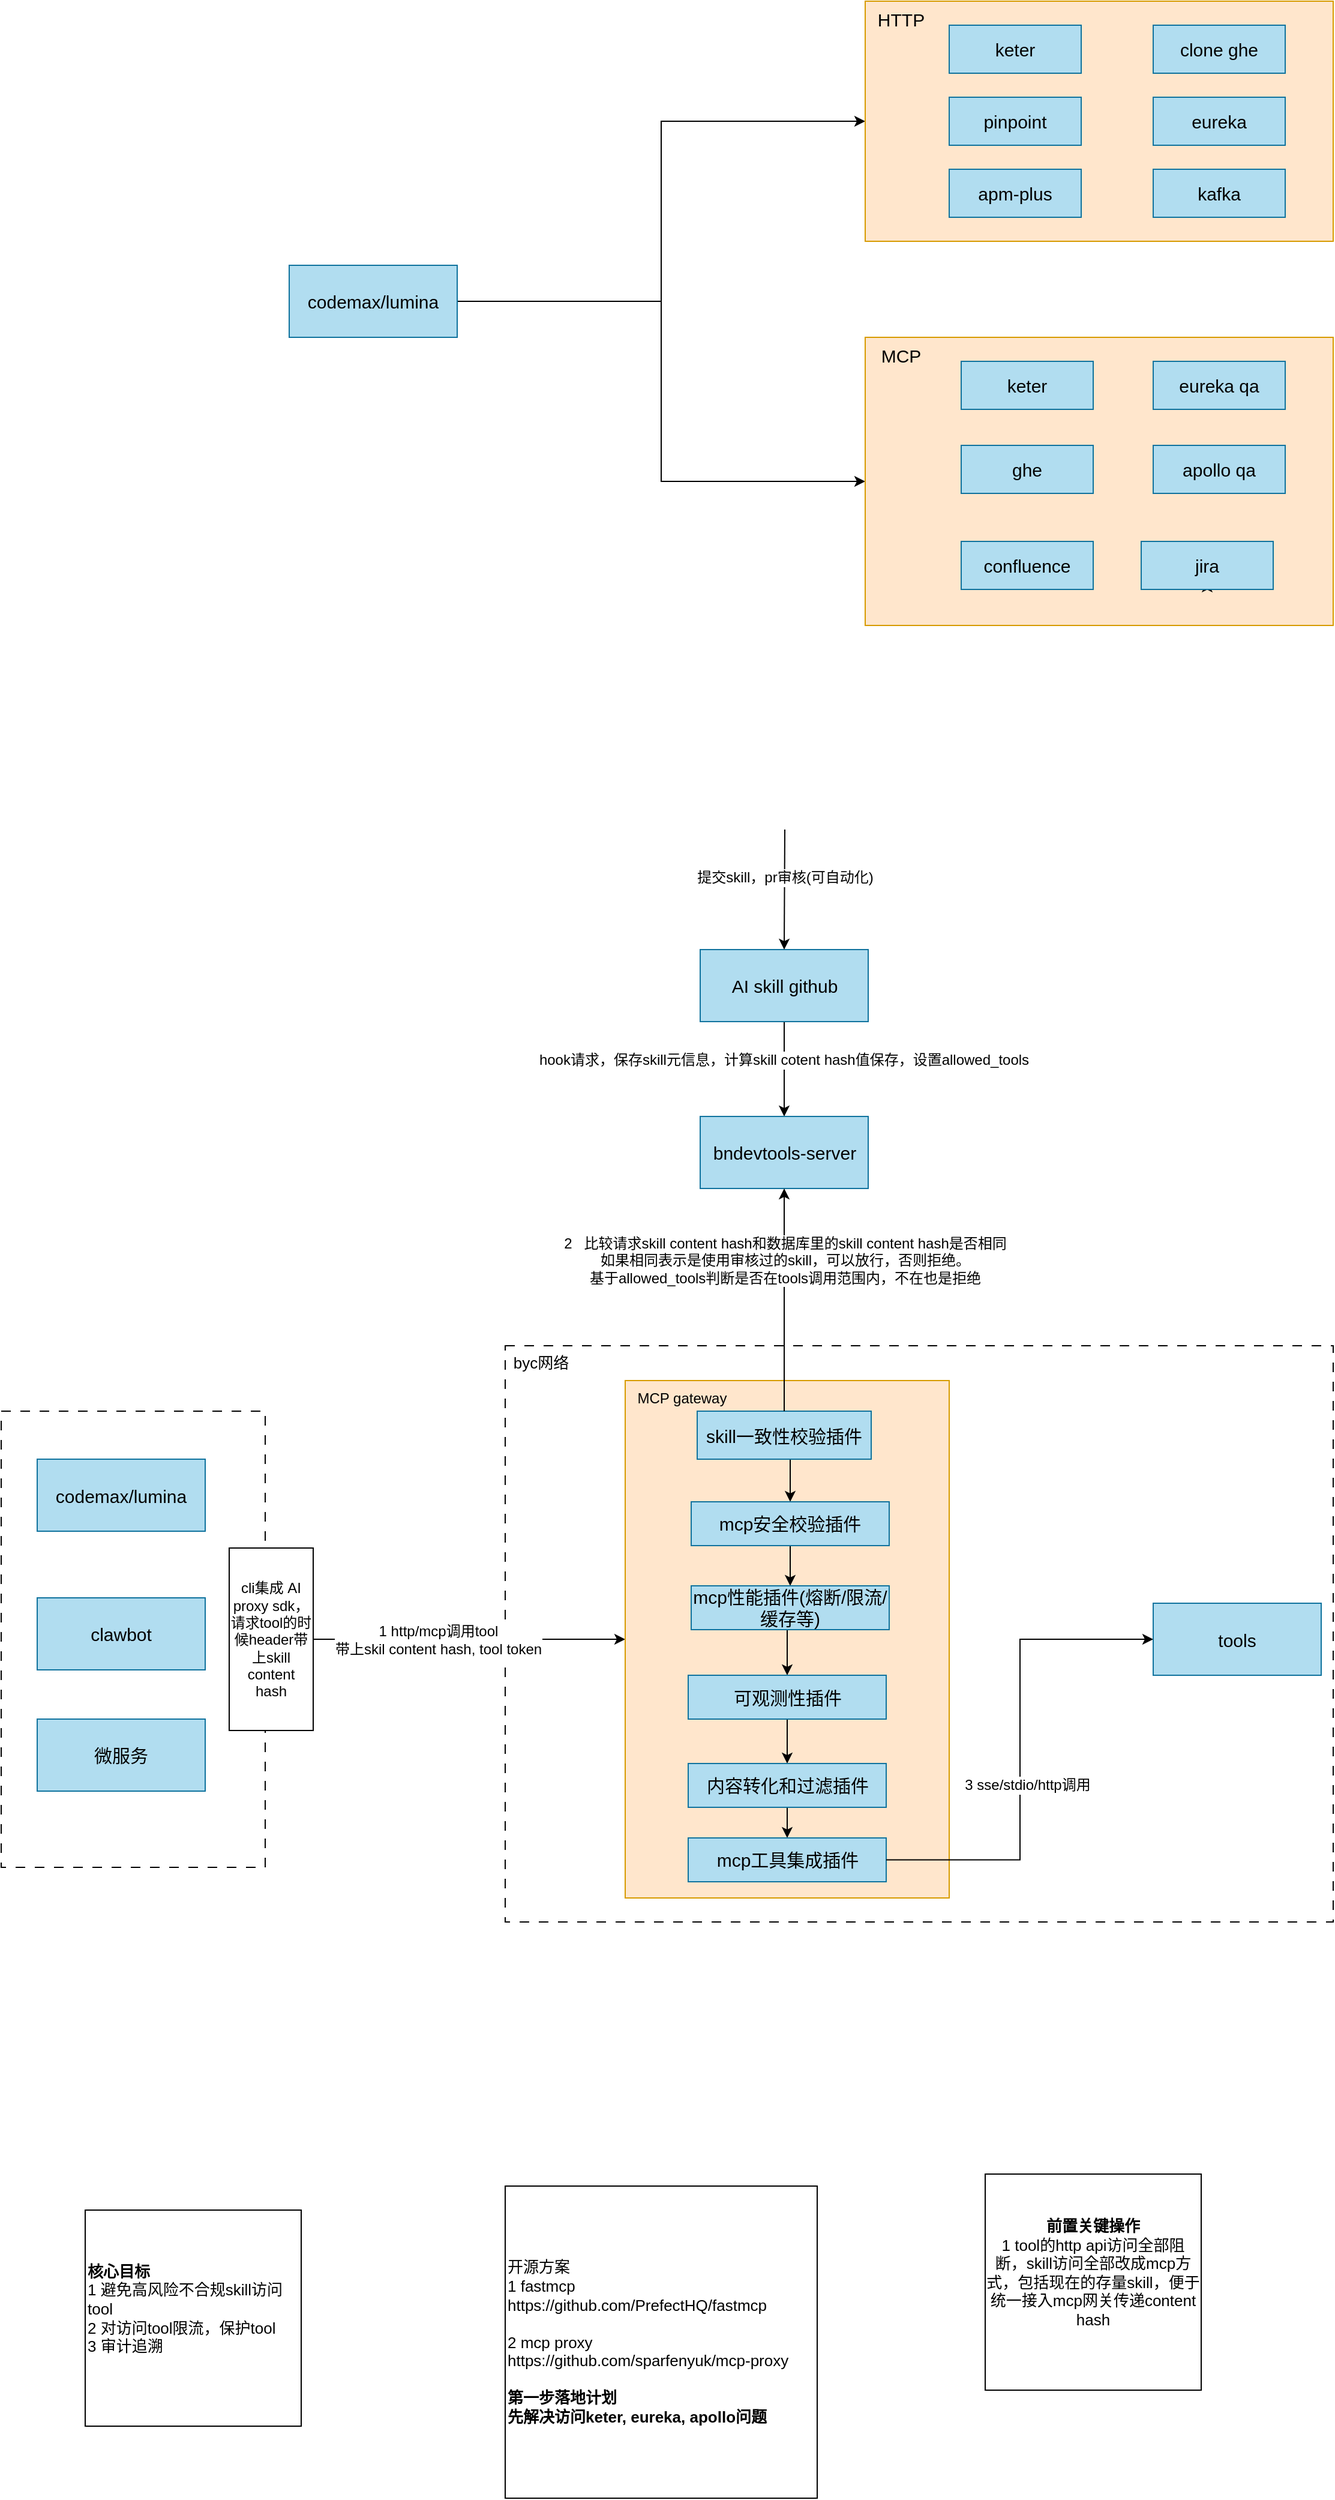
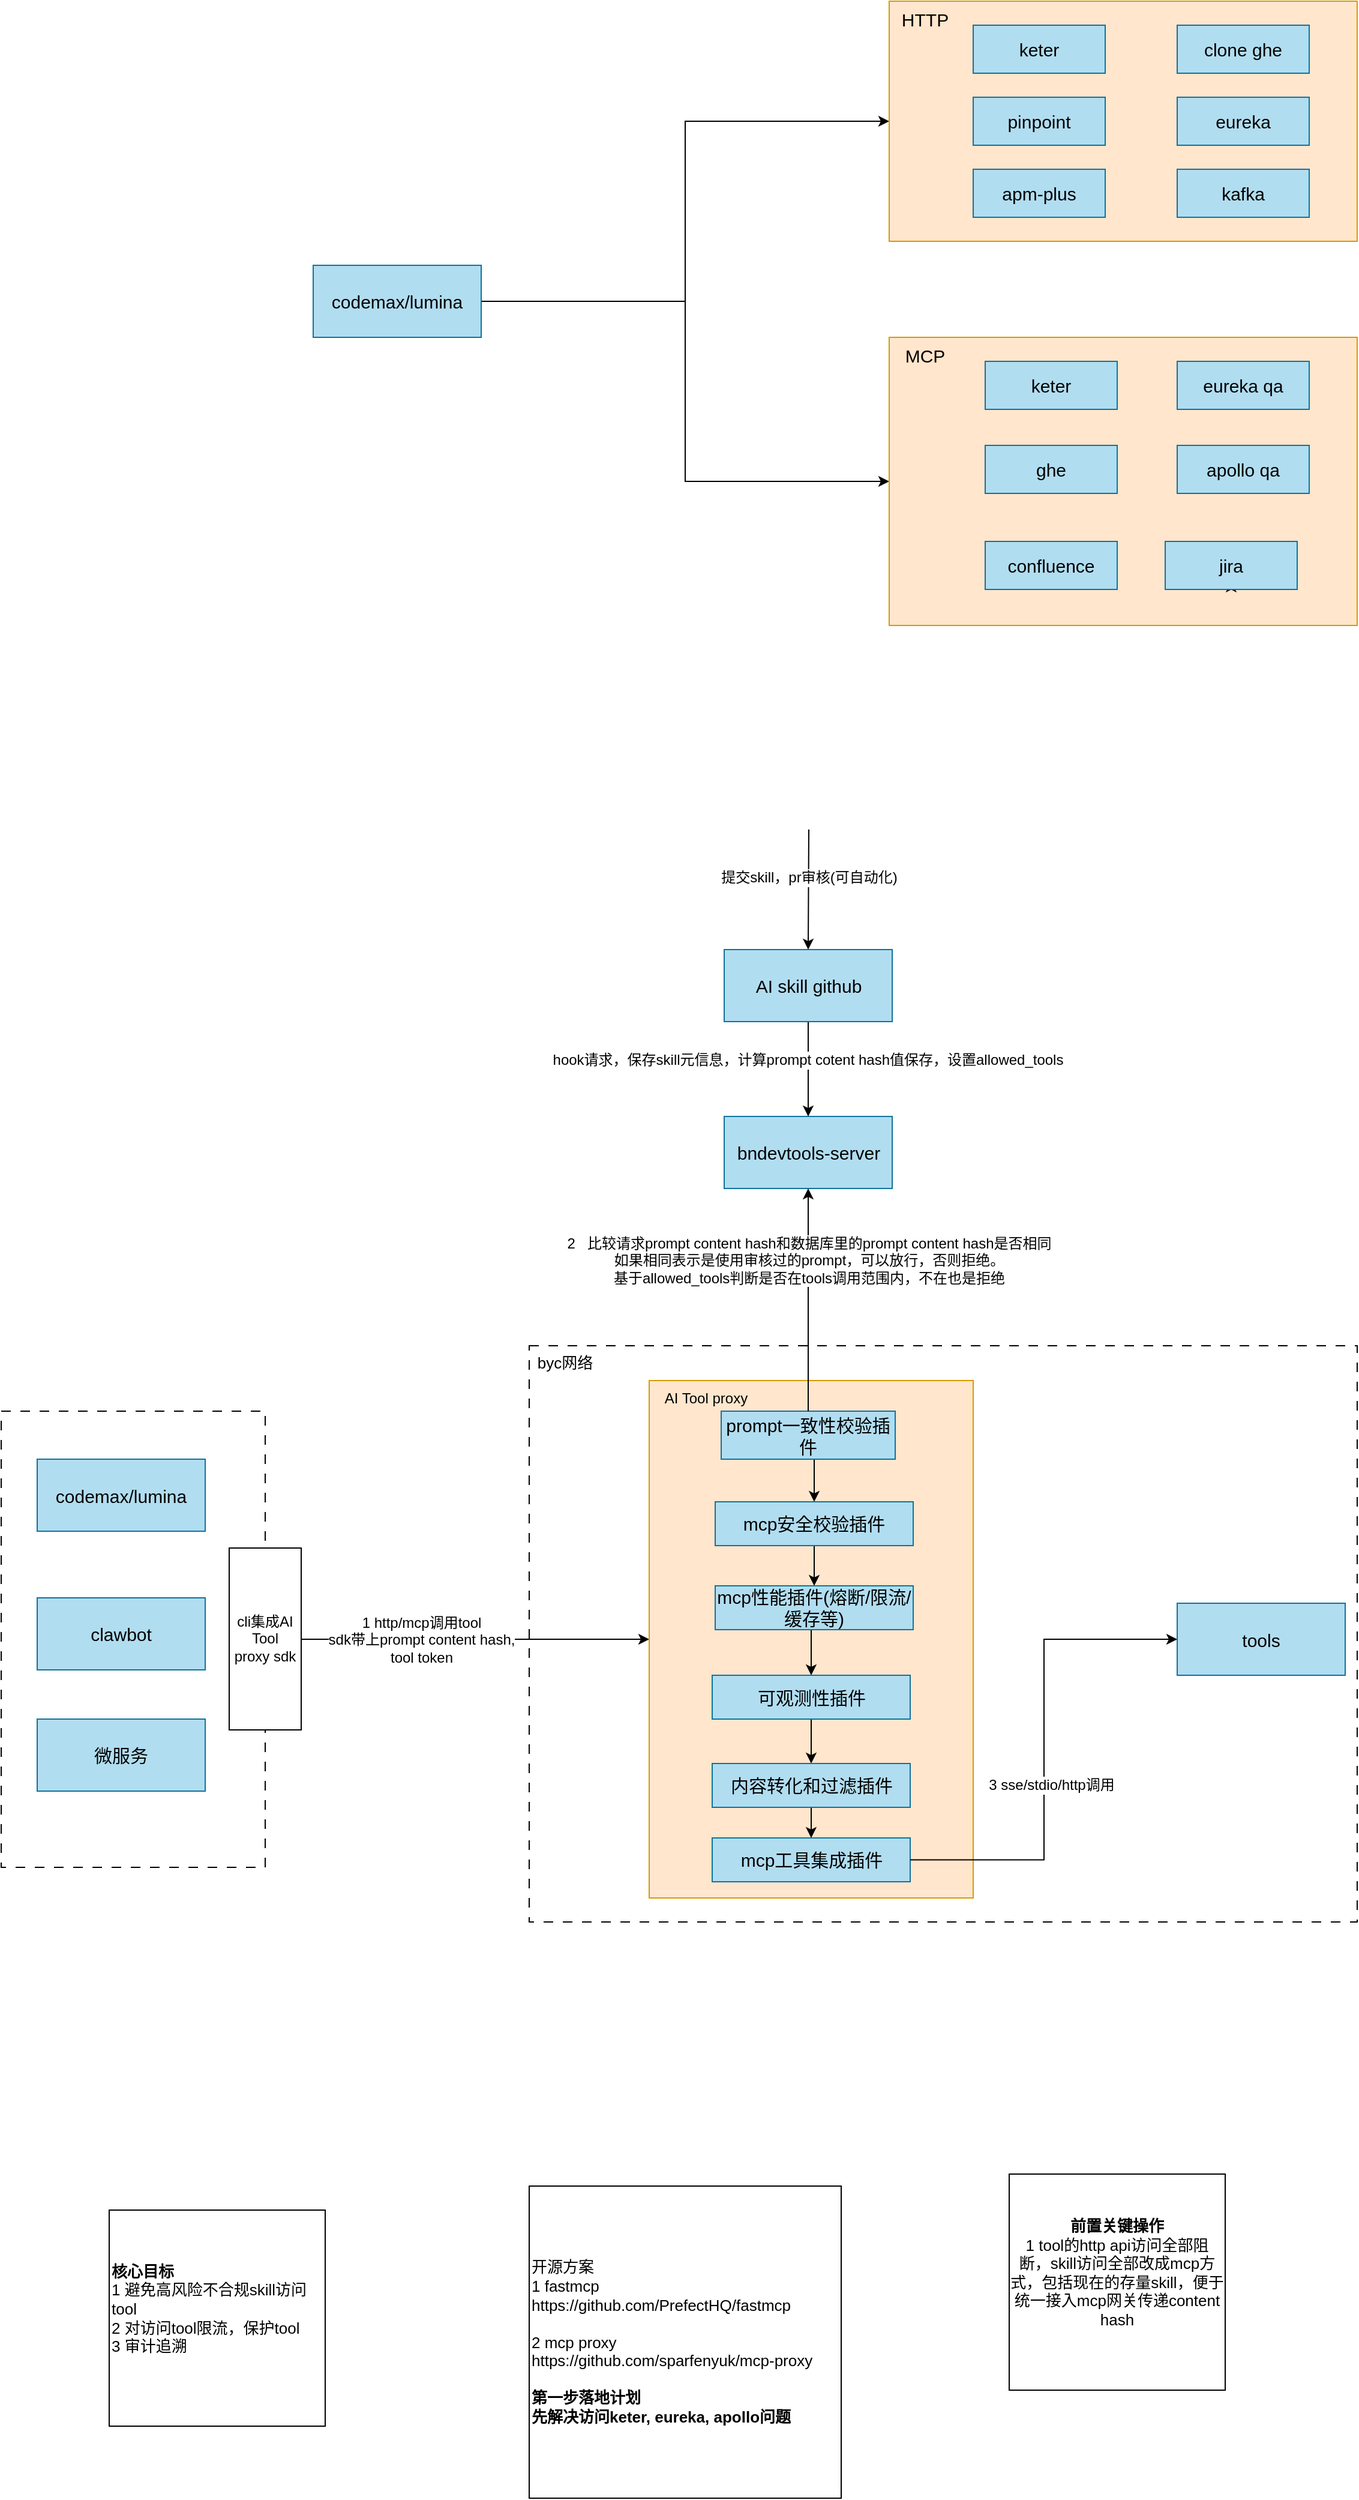
<mxfile host="app.diagrams.net">
  <diagram name="第 1 页" id="SjWv9siGEQ1Xg4HLWJG1">
    <mxGraphModel dx="1225" dy="764" grid="1" gridSize="10" guides="1" tooltips="1" connect="1" arrows="1" fold="1" page="1" pageScale="1" pageWidth="3300" pageHeight="2339" math="0" shadow="0">
      <root>
        <mxCell id="0" />
        <mxCell id="1" parent="0" />
        <mxCell id="9f-pUrffFf56pktWLO4p-52" parent="1" style="rounded=0;whiteSpace=wrap;html=1;dashed=1;dashPattern=8 8;" value="" vertex="1">
          <mxGeometry height="480" width="690" x="530" y="1170" as="geometry" />
        </mxCell>
        <mxCell id="9f-pUrffFf56pktWLO4p-34" edge="1" parent="1" source="9f-pUrffFf56pktWLO4p-31" style="edgeStyle=orthogonalEdgeStyle;rounded=0;orthogonalLoop=1;jettySize=auto;html=1;exitX=1;exitY=0.5;exitDx=0;exitDy=0;entryX=0;entryY=0.5;entryDx=0;entryDy=0;" target="9f-pUrffFf56pktWLO4p-25">
          <mxGeometry relative="1" as="geometry" />
        </mxCell>
-         <mxCell id="9f-pUrffFf56pktWLO4p-35" connectable="0" parent="9f-pUrffFf56pktWLO4p-34" style="edgeLabel;html=1;align=center;verticalAlign=middle;resizable=0;points=[];fontSize=12;" value="1 http/mcp调用tool&lt;div&gt;带上skil content hash, tool token&lt;/div&gt;" vertex="1">
+         <mxCell id="9f-pUrffFf56pktWLO4p-35" connectable="0" parent="9f-pUrffFf56pktWLO4p-34" style="edgeLabel;html=1;align=center;verticalAlign=middle;resizable=0;points=[];fontSize=12;" value="1 http/mcp调用tool&lt;div&gt;sdk带上prompt content hash,&lt;/div&gt;&lt;div&gt;tool token&lt;/div&gt;" vertex="1">
          <mxGeometry relative="1" x="-0.3304" y="2" as="geometry">
-             <mxPoint x="43" y="2" as="offset" />
+             <mxPoint x="23" y="2" as="offset" />
          </mxGeometry>
        </mxCell>
        <mxCell id="9f-pUrffFf56pktWLO4p-31" parent="1" style="rounded=0;whiteSpace=wrap;html=1;dashed=1;dashPattern=8 8;" value="" vertex="1">
-           <mxGeometry height="380" width="220" x="110" y="1224.5" as="geometry" />
+           <mxGeometry height="380" width="220" x="90" y="1224.5" as="geometry" />
        </mxCell>
        <mxCell id="9f-pUrffFf56pktWLO4p-46" edge="1" parent="1" source="9f-pUrffFf56pktWLO4p-2" style="edgeStyle=orthogonalEdgeStyle;rounded=0;orthogonalLoop=1;jettySize=auto;html=1;exitX=1;exitY=0.5;exitDx=0;exitDy=0;entryX=0;entryY=0.5;entryDx=0;entryDy=0;" target="9f-pUrffFf56pktWLO4p-4">
          <mxGeometry relative="1" as="geometry" />
        </mxCell>
        <mxCell id="9f-pUrffFf56pktWLO4p-47" edge="1" parent="1" source="9f-pUrffFf56pktWLO4p-2" style="edgeStyle=orthogonalEdgeStyle;rounded=0;orthogonalLoop=1;jettySize=auto;html=1;exitX=1;exitY=0.5;exitDx=0;exitDy=0;entryX=0;entryY=0.5;entryDx=0;entryDy=0;" target="9f-pUrffFf56pktWLO4p-7">
          <mxGeometry relative="1" as="geometry" />
        </mxCell>
        <mxCell id="9f-pUrffFf56pktWLO4p-2" parent="1" style="rounded=0;whiteSpace=wrap;html=1;fillColor=#b1ddf0;strokeColor=#10739e;fontSize=15;" value="codemax/lumina" vertex="1">
          <mxGeometry height="60" width="140" x="350" y="270" as="geometry" />
        </mxCell>
        <mxCell id="9f-pUrffFf56pktWLO4p-4" parent="1" style="rounded=0;whiteSpace=wrap;html=1;fillColor=#ffe6cc;strokeColor=#d79b00;fontSize=15;" value="" vertex="1">
          <mxGeometry height="200" width="390" x="830" y="50" as="geometry" />
        </mxCell>
        <mxCell id="9f-pUrffFf56pktWLO4p-6" parent="1" style="text;html=1;whiteSpace=wrap;strokeColor=none;fillColor=none;align=center;verticalAlign=middle;rounded=0;fontSize=15;" value="HTTP" vertex="1">
          <mxGeometry height="30" width="60" x="830" y="50" as="geometry" />
        </mxCell>
        <mxCell id="9f-pUrffFf56pktWLO4p-7" parent="1" style="rounded=0;whiteSpace=wrap;html=1;fillColor=#ffe6cc;strokeColor=#d79b00;fontSize=15;" value="" vertex="1">
          <mxGeometry height="240" width="390" x="830" y="330" as="geometry" />
        </mxCell>
        <mxCell id="9f-pUrffFf56pktWLO4p-8" edge="1" parent="1" source="9f-pUrffFf56pktWLO4p-9" style="edgeStyle=orthogonalEdgeStyle;rounded=0;orthogonalLoop=1;jettySize=auto;html=1;exitX=0.5;exitY=1;exitDx=0;exitDy=0;entryX=0.5;entryY=0.833;entryDx=0;entryDy=0;entryPerimeter=0;" target="9f-pUrffFf56pktWLO4p-9">
          <mxGeometry relative="1" as="geometry" />
        </mxCell>
        <mxCell id="9f-pUrffFf56pktWLO4p-9" parent="1" style="rounded=0;whiteSpace=wrap;html=1;fillColor=#b1ddf0;strokeColor=#10739e;fontSize=15;" value="jira" vertex="1">
          <mxGeometry height="40" width="110" x="1060" y="500" as="geometry" />
        </mxCell>
        <mxCell id="9f-pUrffFf56pktWLO4p-10" parent="1" style="text;html=1;whiteSpace=wrap;strokeColor=none;fillColor=none;align=center;verticalAlign=middle;rounded=0;fontSize=15;" value="MCP" vertex="1">
          <mxGeometry height="30" width="60" x="830" y="330" as="geometry" />
        </mxCell>
        <mxCell id="9f-pUrffFf56pktWLO4p-11" parent="1" style="rounded=0;whiteSpace=wrap;html=1;fillColor=#b1ddf0;strokeColor=#10739e;fontSize=15;" value="ghe" vertex="1">
          <mxGeometry height="40" width="110" x="910" y="420" as="geometry" />
        </mxCell>
        <mxCell id="9f-pUrffFf56pktWLO4p-12" parent="1" style="rounded=0;whiteSpace=wrap;html=1;fillColor=#b1ddf0;strokeColor=#10739e;fontSize=15;" value="confluence" vertex="1">
          <mxGeometry height="40" width="110" x="910" y="500" as="geometry" />
        </mxCell>
        <mxCell id="9f-pUrffFf56pktWLO4p-13" parent="1" style="rounded=0;whiteSpace=wrap;html=1;fillColor=#b1ddf0;strokeColor=#10739e;fontSize=15;" value="keter" vertex="1">
          <mxGeometry height="40" width="110" x="900" y="70" as="geometry" />
        </mxCell>
        <mxCell id="9f-pUrffFf56pktWLO4p-14" parent="1" style="rounded=0;whiteSpace=wrap;html=1;fillColor=#b1ddf0;strokeColor=#10739e;fontSize=15;" value="clone ghe" vertex="1">
          <mxGeometry height="40" width="110" x="1070" y="70" as="geometry" />
        </mxCell>
        <mxCell id="9f-pUrffFf56pktWLO4p-15" parent="1" style="rounded=0;whiteSpace=wrap;html=1;fillColor=#b1ddf0;strokeColor=#10739e;fontSize=15;" value="keter" vertex="1">
          <mxGeometry height="40" width="110" x="910" y="350" as="geometry" />
        </mxCell>
        <mxCell id="9f-pUrffFf56pktWLO4p-16" parent="1" style="rounded=0;whiteSpace=wrap;html=1;fillColor=#b1ddf0;strokeColor=#10739e;fontSize=15;" value="pinpoint" vertex="1">
          <mxGeometry height="40" width="110" x="900" y="130" as="geometry" />
        </mxCell>
        <mxCell id="9f-pUrffFf56pktWLO4p-17" parent="1" style="rounded=0;whiteSpace=wrap;html=1;fillColor=#b1ddf0;strokeColor=#10739e;fontSize=15;" value="eureka" vertex="1">
          <mxGeometry height="40" width="110" x="1070" y="130" as="geometry" />
        </mxCell>
        <mxCell id="9f-pUrffFf56pktWLO4p-18" parent="1" style="rounded=0;whiteSpace=wrap;html=1;fillColor=#b1ddf0;strokeColor=#10739e;fontSize=15;" value="apm-plus" vertex="1">
          <mxGeometry height="40" width="110" x="900" y="190" as="geometry" />
        </mxCell>
        <mxCell id="9f-pUrffFf56pktWLO4p-19" parent="1" style="rounded=0;whiteSpace=wrap;html=1;fillColor=#b1ddf0;strokeColor=#10739e;fontSize=15;" value="kafka" vertex="1">
          <mxGeometry height="40" width="110" x="1070" y="190" as="geometry" />
        </mxCell>
        <mxCell id="9f-pUrffFf56pktWLO4p-20" parent="1" style="rounded=0;whiteSpace=wrap;html=1;fillColor=#b1ddf0;strokeColor=#10739e;fontSize=15;" value="eureka qa" vertex="1">
          <mxGeometry height="40" width="110" x="1070" y="350" as="geometry" />
        </mxCell>
        <mxCell id="9f-pUrffFf56pktWLO4p-21" parent="1" style="rounded=0;whiteSpace=wrap;html=1;fillColor=#b1ddf0;strokeColor=#10739e;fontSize=15;" value="apollo qa" vertex="1">
          <mxGeometry height="40" width="110" x="1070" y="420" as="geometry" />
        </mxCell>
        <mxCell id="9f-pUrffFf56pktWLO4p-22" parent="1" style="rounded=0;whiteSpace=wrap;html=1;fillColor=#b1ddf0;strokeColor=#10739e;fontSize=15;" value="codemax/lumina" vertex="1">
-           <mxGeometry height="60" width="140" x="140" y="1264.5" as="geometry" />
+           <mxGeometry height="60" width="140" x="120" y="1264.5" as="geometry" />
        </mxCell>
        <mxCell id="9f-pUrffFf56pktWLO4p-23" parent="1" style="rounded=0;whiteSpace=wrap;html=1;fillColor=#b1ddf0;strokeColor=#10739e;fontSize=15;" value="clawbot" vertex="1">
-           <mxGeometry height="60" width="140" x="140" y="1380" as="geometry" />
+           <mxGeometry height="60" width="140" x="120" y="1380" as="geometry" />
        </mxCell>
        <mxCell id="9f-pUrffFf56pktWLO4p-24" parent="1" style="rounded=0;whiteSpace=wrap;html=1;fillColor=#b1ddf0;strokeColor=#10739e;fontSize=15;" value="微服务" vertex="1">
-           <mxGeometry height="60" width="140" x="140" y="1481" as="geometry" />
+           <mxGeometry height="60" width="140" x="120" y="1481" as="geometry" />
        </mxCell>
        <mxCell id="9f-pUrffFf56pktWLO4p-25" parent="1" style="rounded=0;whiteSpace=wrap;html=1;fillColor=#ffe6cc;strokeColor=#d79b00;fontSize=15;" value="" vertex="1">
          <mxGeometry height="431" width="270" x="630" y="1199" as="geometry" />
        </mxCell>
        <mxCell id="9f-pUrffFf56pktWLO4p-26" parent="1" style="rounded=0;whiteSpace=wrap;html=1;fillColor=#b1ddf0;strokeColor=#10739e;fontSize=15;" value="tools" vertex="1">
          <mxGeometry height="60" width="140" x="1070" y="1384.5" as="geometry" />
        </mxCell>
        <mxCell id="9f-pUrffFf56pktWLO4p-29" edge="1" parent="1" source="9f-pUrffFf56pktWLO4p-27" style="edgeStyle=orthogonalEdgeStyle;rounded=0;orthogonalLoop=1;jettySize=auto;html=1;exitX=0.5;exitY=1;exitDx=0;exitDy=0;" target="9f-pUrffFf56pktWLO4p-28">
          <mxGeometry relative="1" as="geometry" />
        </mxCell>
-         <mxCell id="9f-pUrffFf56pktWLO4p-30" connectable="0" parent="9f-pUrffFf56pktWLO4p-29" style="edgeLabel;html=1;align=center;verticalAlign=middle;resizable=0;points=[];fontSize=12;" value="hook请求，保存skill元信息，计算skill cotent hash值保存，设置allowed_tools" vertex="1">
+         <mxCell id="9f-pUrffFf56pktWLO4p-30" connectable="0" parent="9f-pUrffFf56pktWLO4p-29" style="edgeLabel;html=1;align=center;verticalAlign=middle;resizable=0;points=[];fontSize=12;" value="hook请求，保存skill元信息，计算prompt cotent hash值保存，设置allowed_tools" vertex="1">
          <mxGeometry relative="1" x="-0.2" y="-1" as="geometry">
            <mxPoint as="offset" />
          </mxGeometry>
        </mxCell>
        <mxCell id="9f-pUrffFf56pktWLO4p-27" parent="1" style="rounded=0;whiteSpace=wrap;html=1;fillColor=#b1ddf0;strokeColor=#10739e;fontSize=15;" value="AI skill github" vertex="1">
          <mxGeometry height="60" width="140" x="692.5" y="840" as="geometry" />
        </mxCell>
        <mxCell id="9f-pUrffFf56pktWLO4p-28" parent="1" style="rounded=0;whiteSpace=wrap;html=1;fillColor=#b1ddf0;strokeColor=#10739e;fontSize=15;" value="bndevtools-server" vertex="1">
          <mxGeometry height="60" width="140" x="692.5" y="979" as="geometry" />
        </mxCell>
        <mxCell id="9f-pUrffFf56pktWLO4p-44" parent="1" style="whiteSpace=wrap;html=1;aspect=fixed;fontSize=13;" value="&lt;b&gt;前置关键操作&lt;br&gt;&lt;/b&gt;1 tool的http api访问全部阻断，skill访问全部改成mcp方式，包括现在的存量skill，便于统一接入mcp网关传递content hash&lt;div&gt;&lt;br&gt;&lt;/div&gt;" vertex="1">
          <mxGeometry height="180" width="180" x="930" y="1860" as="geometry" />
        </mxCell>
-         <mxCell id="9f-pUrffFf56pktWLO4p-45" parent="1" style="rounded=0;whiteSpace=wrap;html=1;" value="cli集成 AI proxy sdk，请求tool的时候header带上skill content hash" vertex="1">
-           <mxGeometry height="152" width="70" x="300" y="1338.5" as="geometry" />
+         <mxCell id="9f-pUrffFf56pktWLO4p-45" parent="1" style="rounded=0;whiteSpace=wrap;html=1;" value="cli集成AI Tool proxy&amp;nbsp;sdk" vertex="1">
+           <mxGeometry height="151.5" width="60" x="280" y="1338.5" as="geometry" />
        </mxCell>
        <mxCell id="9f-pUrffFf56pktWLO4p-48" parent="1" style="whiteSpace=wrap;html=1;aspect=fixed;align=left;fontSize=13;" value="&lt;b&gt;核心目标&lt;br&gt;&lt;/b&gt;1 避免高风险不合规skill访问tool&lt;div&gt;2 对访问tool限流，保护tool&lt;/div&gt;&lt;div&gt;3 审计追溯&lt;br&gt;&lt;div&gt;&lt;br&gt;&lt;/div&gt;&lt;/div&gt;" vertex="1">
          <mxGeometry height="180" width="180" x="180" y="1890" as="geometry" />
        </mxCell>
        <mxCell id="9f-pUrffFf56pktWLO4p-51" parent="1" style="whiteSpace=wrap;html=1;aspect=fixed;fontSize=13;align=left;" value="开源方案&lt;br&gt;&lt;div&gt;1 fastmcp&amp;nbsp;&lt;/div&gt;&lt;div&gt;https://github.com/PrefectHQ/fastmcp&lt;/div&gt;&lt;div&gt;&lt;br&gt;&lt;/div&gt;&lt;div&gt;2 mcp proxy&amp;nbsp;&lt;/div&gt;&lt;div&gt;https://github.com/sparfenyuk/mcp-proxy&lt;/div&gt;&lt;div&gt;&lt;br&gt;&lt;/div&gt;&lt;div style=&quot;&quot;&gt;&lt;b&gt;第一步落地计划&lt;/b&gt;&lt;/div&gt;&lt;div style=&quot;&quot;&gt;&lt;b&gt;先解决访问keter, eureka, apollo问题&lt;/b&gt;&lt;/div&gt;" vertex="1">
          <mxGeometry height="260" width="260" x="530" y="1870" as="geometry" />
        </mxCell>
        <mxCell id="9f-pUrffFf56pktWLO4p-53" parent="1" style="text;html=1;whiteSpace=wrap;strokeColor=none;fillColor=none;align=center;verticalAlign=middle;rounded=0;fontSize=13;" value="byc网络" vertex="1">
          <mxGeometry height="30" width="60" x="530" y="1169" as="geometry" />
        </mxCell>
-         <mxCell id="9f-pUrffFf56pktWLO4p-55" parent="1" style="text;html=1;whiteSpace=wrap;strokeColor=none;fillColor=none;align=center;verticalAlign=middle;rounded=0;" value="MCP gateway" vertex="1">
+         <mxCell id="9f-pUrffFf56pktWLO4p-55" parent="1" style="text;html=1;whiteSpace=wrap;strokeColor=none;fillColor=none;align=center;verticalAlign=middle;rounded=0;" value="AI Tool proxy" vertex="1">
          <mxGeometry height="30" width="95" x="630" y="1199" as="geometry" />
        </mxCell>
        <mxCell id="9f-pUrffFf56pktWLO4p-62" edge="1" parent="1" source="9f-pUrffFf56pktWLO4p-56" style="edgeStyle=orthogonalEdgeStyle;rounded=0;orthogonalLoop=1;jettySize=auto;html=1;exitX=0.5;exitY=1;exitDx=0;exitDy=0;entryX=0.5;entryY=0;entryDx=0;entryDy=0;" target="9f-pUrffFf56pktWLO4p-57">
          <mxGeometry relative="1" as="geometry" />
        </mxCell>
-         <mxCell id="9f-pUrffFf56pktWLO4p-56" parent="1" style="rounded=0;whiteSpace=wrap;html=1;fillColor=#b1ddf0;strokeColor=#10739e;fontSize=15;" value="skill一致性校验插件" vertex="1">
+         <mxCell id="9f-pUrffFf56pktWLO4p-56" parent="1" style="rounded=0;whiteSpace=wrap;html=1;fillColor=#b1ddf0;strokeColor=#10739e;fontSize=15;" value="prompt一致性校验插件" vertex="1">
          <mxGeometry height="40" width="145" x="690" y="1224.5" as="geometry" />
        </mxCell>
        <mxCell id="9f-pUrffFf56pktWLO4p-63" edge="1" parent="1" source="9f-pUrffFf56pktWLO4p-57" style="edgeStyle=orthogonalEdgeStyle;rounded=0;orthogonalLoop=1;jettySize=auto;html=1;exitX=0.5;exitY=1;exitDx=0;exitDy=0;entryX=0.5;entryY=0;entryDx=0;entryDy=0;" target="9f-pUrffFf56pktWLO4p-58">
          <mxGeometry relative="1" as="geometry" />
        </mxCell>
        <mxCell id="9f-pUrffFf56pktWLO4p-57" parent="1" style="rounded=0;whiteSpace=wrap;html=1;fillColor=#b1ddf0;strokeColor=#10739e;fontSize=15;" value="mcp安全校验插件" vertex="1">
          <mxGeometry height="36.5" width="165" x="685" y="1300" as="geometry" />
        </mxCell>
        <mxCell id="9f-pUrffFf56pktWLO4p-64" edge="1" parent="1" source="9f-pUrffFf56pktWLO4p-58" style="edgeStyle=orthogonalEdgeStyle;rounded=0;orthogonalLoop=1;jettySize=auto;html=1;exitX=0.5;exitY=1;exitDx=0;exitDy=0;entryX=0.5;entryY=0;entryDx=0;entryDy=0;" target="9f-pUrffFf56pktWLO4p-59">
          <mxGeometry relative="1" as="geometry" />
        </mxCell>
        <mxCell id="9f-pUrffFf56pktWLO4p-58" parent="1" style="rounded=0;whiteSpace=wrap;html=1;fillColor=#b1ddf0;strokeColor=#10739e;fontSize=15;" value="mcp性能插件(熔断/限流/缓存等)" vertex="1">
          <mxGeometry height="36.5" width="165" x="685" y="1370" as="geometry" />
        </mxCell>
        <mxCell id="9f-pUrffFf56pktWLO4p-65" edge="1" parent="1" source="9f-pUrffFf56pktWLO4p-59" style="edgeStyle=orthogonalEdgeStyle;rounded=0;orthogonalLoop=1;jettySize=auto;html=1;exitX=0.5;exitY=1;exitDx=0;exitDy=0;entryX=0.5;entryY=0;entryDx=0;entryDy=0;" target="9f-pUrffFf56pktWLO4p-60">
          <mxGeometry relative="1" as="geometry" />
        </mxCell>
        <mxCell id="9f-pUrffFf56pktWLO4p-59" parent="1" style="rounded=0;whiteSpace=wrap;html=1;fillColor=#b1ddf0;strokeColor=#10739e;fontSize=15;" value="可观测性插件" vertex="1">
          <mxGeometry height="36.5" width="165" x="682.5" y="1444.5" as="geometry" />
        </mxCell>
        <mxCell id="9f-pUrffFf56pktWLO4p-66" edge="1" parent="1" source="9f-pUrffFf56pktWLO4p-60" style="edgeStyle=orthogonalEdgeStyle;rounded=0;orthogonalLoop=1;jettySize=auto;html=1;exitX=0.5;exitY=1;exitDx=0;exitDy=0;entryX=0.5;entryY=0;entryDx=0;entryDy=0;" target="9f-pUrffFf56pktWLO4p-61">
          <mxGeometry relative="1" as="geometry" />
        </mxCell>
        <mxCell id="9f-pUrffFf56pktWLO4p-60" parent="1" style="rounded=0;whiteSpace=wrap;html=1;fillColor=#b1ddf0;strokeColor=#10739e;fontSize=15;" value="内容转化和过滤插件" vertex="1">
          <mxGeometry height="36.5" width="165" x="682.5" y="1518" as="geometry" />
        </mxCell>
        <mxCell id="9f-pUrffFf56pktWLO4p-61" parent="1" style="rounded=0;whiteSpace=wrap;html=1;fillColor=#b1ddf0;strokeColor=#10739e;fontSize=15;" value="mcp工具集成插件" vertex="1">
          <mxGeometry height="36.5" width="165" x="682.5" y="1580" as="geometry" />
        </mxCell>
        <mxCell id="9f-pUrffFf56pktWLO4p-42" edge="1" parent="1" source="9f-pUrffFf56pktWLO4p-61" style="edgeStyle=orthogonalEdgeStyle;rounded=0;orthogonalLoop=1;jettySize=auto;html=1;entryX=0;entryY=0.5;entryDx=0;entryDy=0;exitX=1;exitY=0.5;exitDx=0;exitDy=0;" target="9f-pUrffFf56pktWLO4p-26">
          <mxGeometry relative="1" as="geometry">
            <Array as="points">
              <mxPoint x="959" y="1598" />
              <mxPoint x="959" y="1415" />
            </Array>
            <mxPoint x="900" y="1415" as="sourcePoint" />
          </mxGeometry>
        </mxCell>
        <mxCell id="9f-pUrffFf56pktWLO4p-43" connectable="0" parent="9f-pUrffFf56pktWLO4p-42" style="edgeLabel;html=1;align=center;verticalAlign=middle;resizable=0;points=[];fontSize=12;" value="3 sse/stdio/http调用" vertex="1">
          <mxGeometry relative="1" x="-0.1417" as="geometry">
            <mxPoint x="6" as="offset" />
          </mxGeometry>
        </mxCell>
        <mxCell id="9f-pUrffFf56pktWLO4p-37" edge="1" parent="1" source="9f-pUrffFf56pktWLO4p-56" style="edgeStyle=orthogonalEdgeStyle;rounded=0;orthogonalLoop=1;jettySize=auto;html=1;exitX=0.5;exitY=0;exitDx=0;exitDy=0;" target="9f-pUrffFf56pktWLO4p-28">
          <mxGeometry relative="1" as="geometry" />
        </mxCell>
-         <mxCell id="9f-pUrffFf56pktWLO4p-38" connectable="0" parent="9f-pUrffFf56pktWLO4p-37" style="edgeLabel;html=1;align=center;verticalAlign=middle;resizable=0;points=[];fontSize=12;" value="2&amp;nbsp; &amp;nbsp;比较请求skill content hash和数据库里的skill content hash是否相同&lt;div&gt;如果相同表示是使用审核过的skill，可以放行，否则拒绝。&lt;/div&gt;&lt;div&gt;基于&lt;span style=&quot;background-color: light-dark(#ffffff, var(--ge-dark-color, #121212)); color: light-dark(rgb(0, 0, 0), rgb(255, 255, 255));&quot;&gt;allowed_tools判断是否在tools调用范围内，不在也是拒绝&lt;/span&gt;&lt;/div&gt;" vertex="1">
+         <mxCell id="9f-pUrffFf56pktWLO4p-38" connectable="0" parent="9f-pUrffFf56pktWLO4p-37" style="edgeLabel;html=1;align=center;verticalAlign=middle;resizable=0;points=[];fontSize=12;" value="2&amp;nbsp; &amp;nbsp;比较请求prompt content hash和数据库里的prompt content hash是否相同&lt;div&gt;如果相同表示是使用审核过的prompt，可以放行，否则拒绝。&lt;/div&gt;&lt;div&gt;基于&lt;span style=&quot;background-color: light-dark(#ffffff, var(--ge-dark-color, #121212)); color: light-dark(rgb(0, 0, 0), rgb(255, 255, 255));&quot;&gt;allowed_tools判断是否在tools调用范围内，不在也是拒绝&lt;/span&gt;&lt;/div&gt;" vertex="1">
          <mxGeometry relative="1" x="0.175" y="-3" as="geometry">
            <mxPoint x="-3" y="-17" as="offset" />
          </mxGeometry>
        </mxCell>
        <mxCell id="9f-pUrffFf56pktWLO4p-67" edge="1" parent="1" style="endArrow=classic;html=1;rounded=0;entryX=0.5;entryY=0;entryDx=0;entryDy=0;" target="9f-pUrffFf56pktWLO4p-27" value="">
          <mxGeometry height="50" relative="1" width="50" as="geometry">
            <mxPoint x="763" y="740" as="sourcePoint" />
            <mxPoint x="760" y="690" as="targetPoint" />
          </mxGeometry>
        </mxCell>
        <mxCell id="9f-pUrffFf56pktWLO4p-68" connectable="0" parent="9f-pUrffFf56pktWLO4p-67" style="edgeLabel;html=1;align=center;verticalAlign=middle;resizable=0;points=[];" value="&lt;span style=&quot;font-size: 12px;&quot;&gt;提交skill，pr审核(可自动化)&lt;/span&gt;" vertex="1">
          <mxGeometry relative="1" x="-0.5398" y="-2" as="geometry">
            <mxPoint x="2" y="17" as="offset" />
          </mxGeometry>
        </mxCell>
      </root>
    </mxGraphModel>
  </diagram>
</mxfile>
